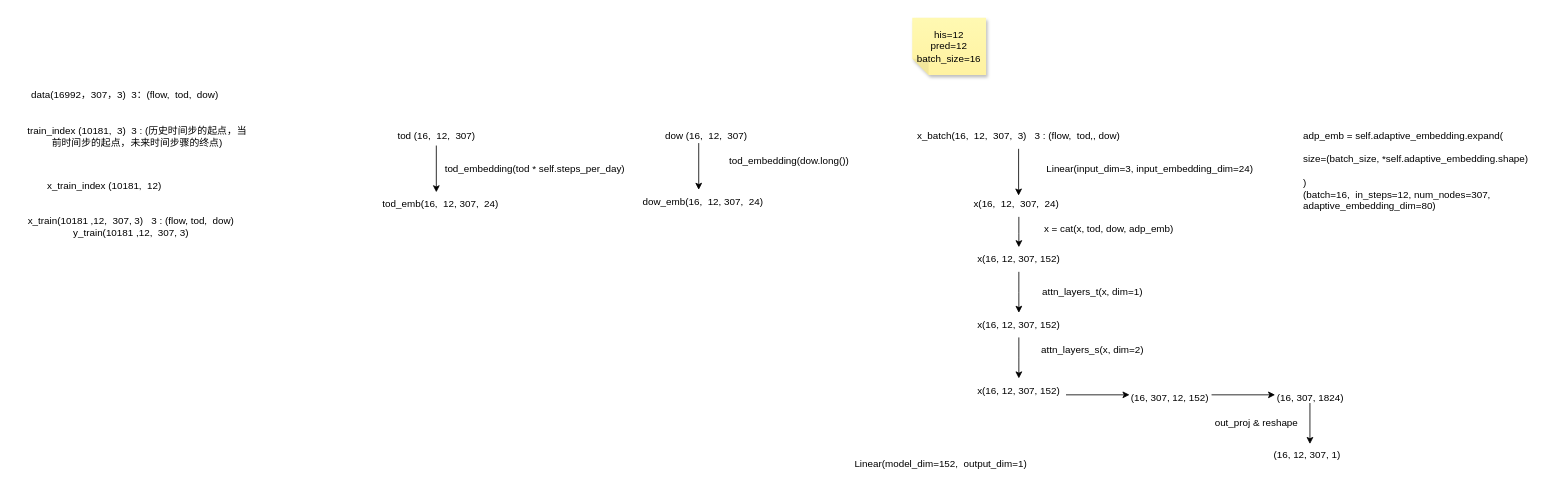
Earlier version of the draw.io diagram STAEformer/STAEformer.drawio (turmony/ModelInfo). Source tidied: cells renumbered, new cells numbered last; positions are measured from the earlier drawing's top-left corner, leaving out a move shared by most shapes. Both pictures are drawn from the tidied source at 82%, with x=0, y=0 at pixel (14, 17).
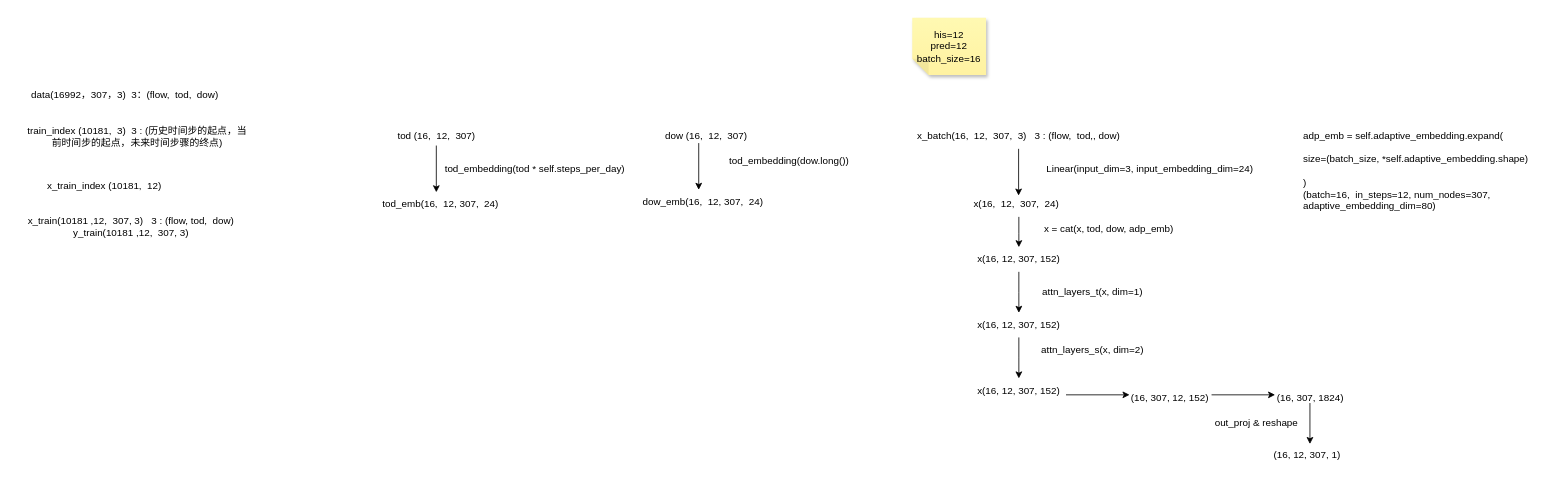
The same diagram, later.

What changed in the source:
```diff
@@
-    <mxCell id="29" value="Linear(model_dim=152,&amp;nbsp; output_dim=1)" style="text;strokeColor=none;align=center;fillColor=none;html=1;verticalAlign=middle;whiteSpace=wrap;rounded=0;" parent="1" vertex="1">
-      <mxGeometry x="1020" y="530" width="220" height="30" as="geometry" />
-    </mxCell>
```
